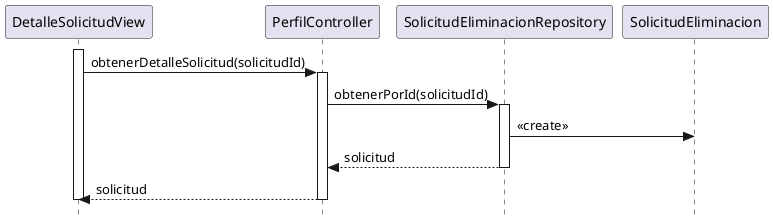
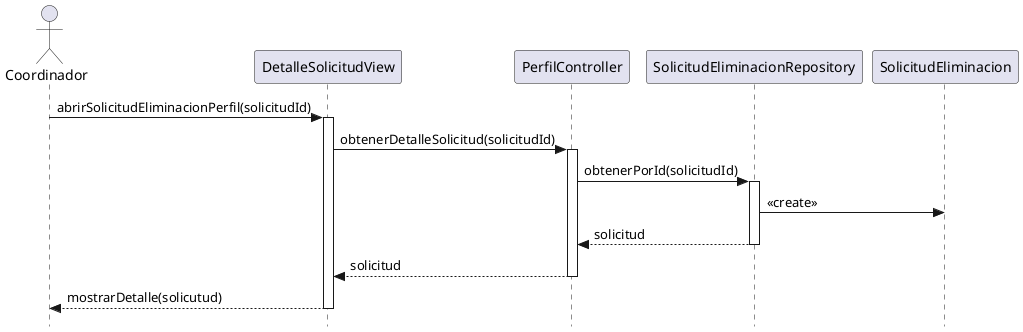
@startuml abrirSolicitudEliminacionPerfil-diseño
skinparam style strictuml
skinparam backgroundColor white
skinparam shadowing false

+ actor Coordinador
participant "DetalleSolicitudView" as View
participant "PerfilController" as Controller
participant "SolicitudEliminacionRepository" as Repo
participant "SolicitudEliminacion" as Model

+ Coordinador -> View: abrirSolicitudEliminacionPerfil(solicitudId)
activate View
View -> Controller: obtenerDetalleSolicitud(solicitudId)
activate Controller
Controller -> Repo: obtenerPorId(solicitudId)
activate Repo
Repo -> Model: <<create>>
Repo --> Controller: solicitud
deactivate Repo
Controller --> View: solicitud
deactivate Controller
+ View --> Coordinador: mostrarDetalle(solicutud)
deactivate View
@enduml
